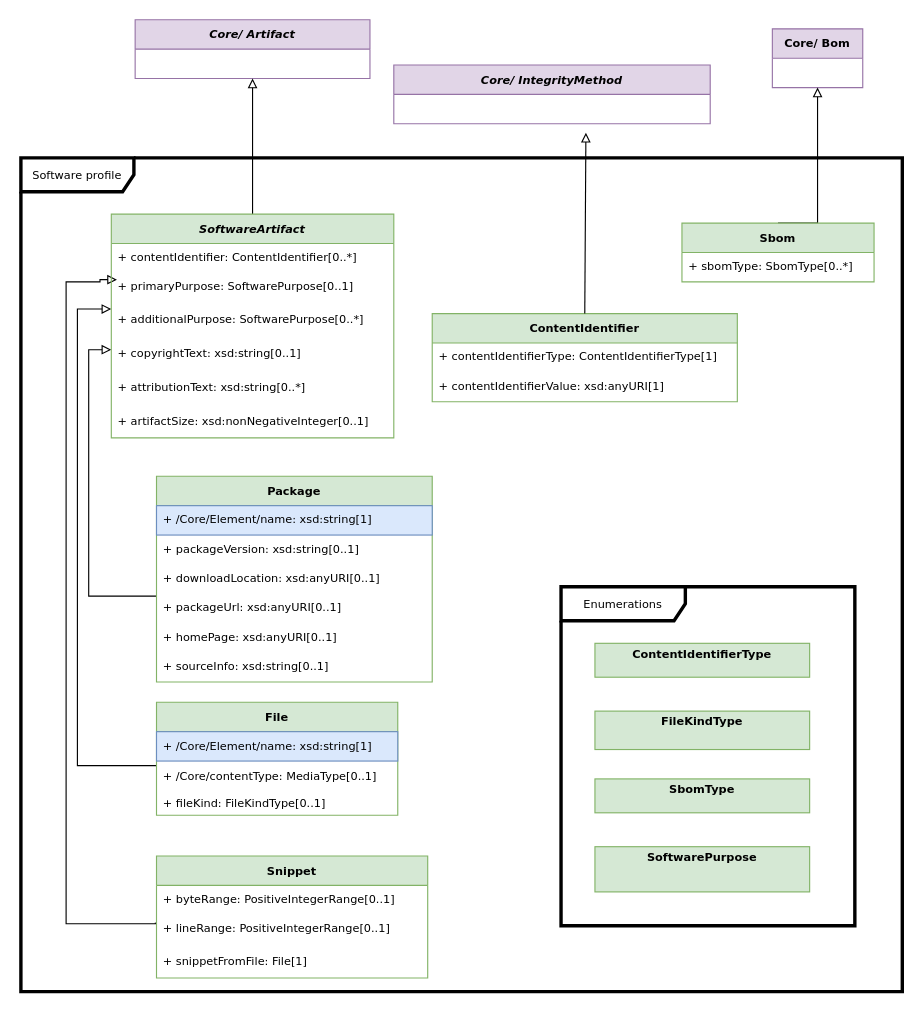
This is page "Software" (2 of 12) of docs/model.drawio from spdx/spdx-3-model, a draw.io file, before an edit. Source tidied: cells renumbered, new cells numbered last; positions are measured from the earlier drawing's top-left corner, leaving out a move shared by most shapes. Both pictures are drawn from the tidied source at 113%, with x=0, y=0 at pixel (20, 19).
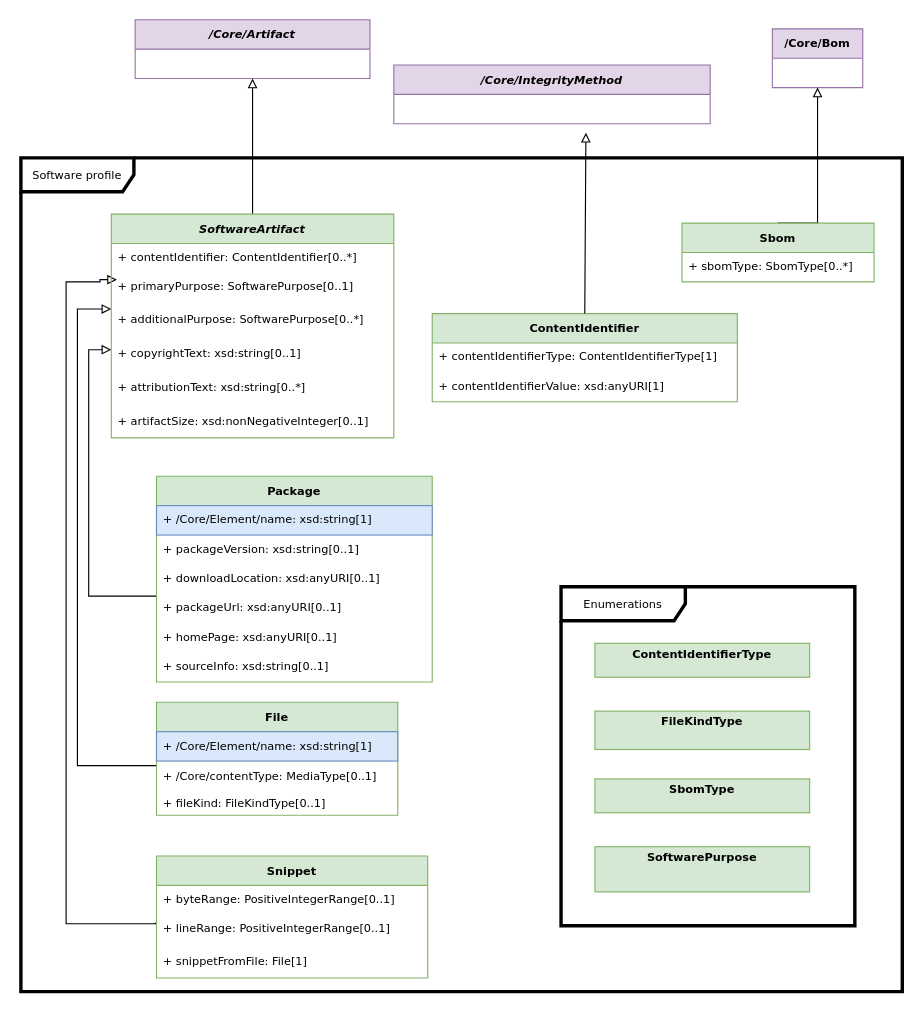
The same diagram, later.

Diff of the diagram source:
```diff
@@
-    <mxCell id="3" value="Core/ Artifact" style="swimlane;fontStyle=3;horizontal=1;startSize=26;fillColor=#e1d5e7;strokeColor=#9673a6;fontFamily=Verdana;fontSize=10;" parent="1" vertex="1">
+    <mxCell id="3" value="/Core/Artifact" style="swimlane;fontStyle=3;horizontal=1;startSize=26;fillColor=#e1d5e7;strokeColor=#9673a6;fontFamily=Verdana;fontSize=10;" parent="1" vertex="1">
       <mxGeometry x="101.1" width="207.8" height="52" as="geometry" />
     </mxCell>
@@
-    <mxCell id="22" value="Core/ Bom" style="swimlane;fontStyle=1;horizontal=1;startSize=26;fillColor=#e1d5e7;strokeColor=#9673a6;fontFamily=Verdana;fontSize=10;" parent="1" vertex="1">
+    <mxCell id="22" value="/Core/Bom" style="swimlane;fontStyle=1;horizontal=1;startSize=26;fillColor=#e1d5e7;strokeColor=#9673a6;fontFamily=Verdana;fontSize=10;" parent="1" vertex="1">
       <mxGeometry x="665" y="8" width="80" height="52" as="geometry" />
     </mxCell>
@@
-    <mxCell id="39" value="Core/ IntegrityMethod" style="swimlane;fontStyle=3;horizontal=1;startSize=26;fillColor=#e1d5e7;strokeColor=#9673a6;fontFamily=Verdana;fontSize=10;" parent="1" vertex="1">
+    <mxCell id="39" value="/Core/IntegrityMethod" style="swimlane;fontStyle=3;horizontal=1;startSize=26;fillColor=#e1d5e7;strokeColor=#9673a6;fontFamily=Verdana;fontSize=10;" parent="1" vertex="1">
       <mxGeometry x="330" y="40" width="280" height="52" as="geometry" />
     </mxCell>
```
